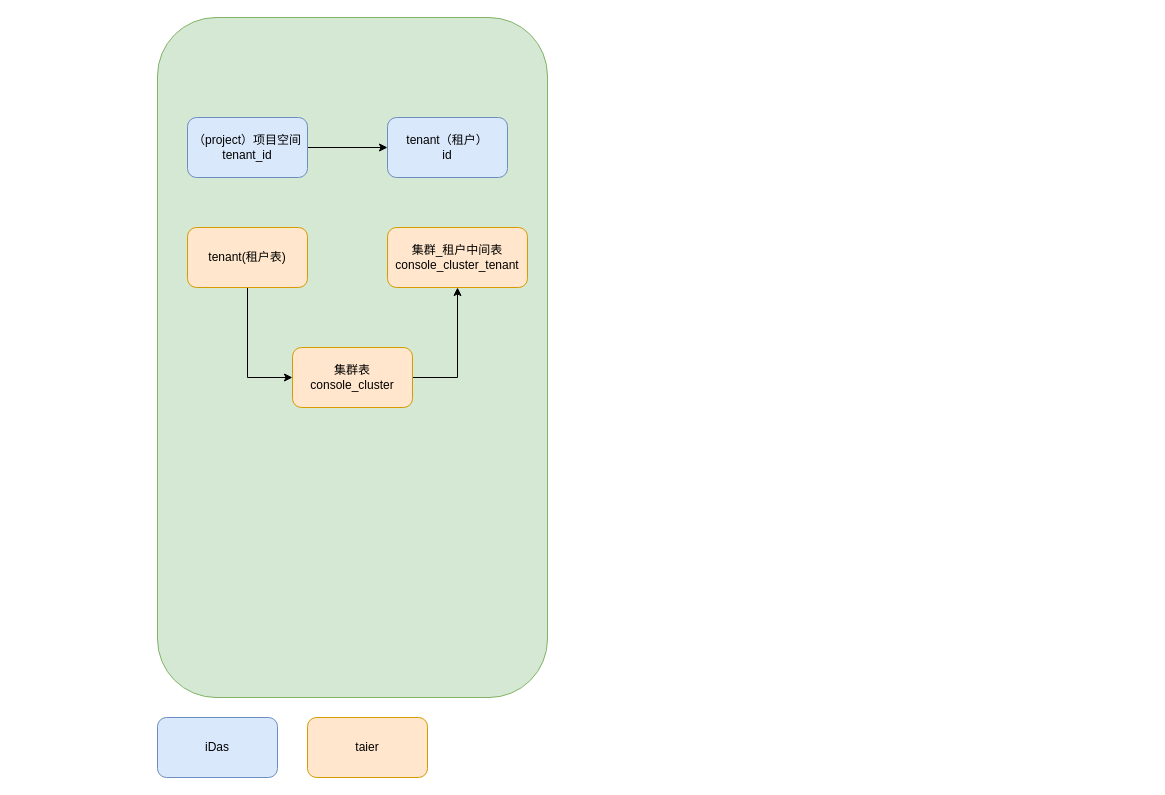
Earlier version of the draw.io diagram 9zdata/iDas/iDas_Taier_DS之间的表映射关系.drawio (kushinae/diagrams). Source tidied: cells renumbered, new cells numbered last; positions are measured from the earlier drawing's top-left corner, leaving out a move shared by most shapes. Both pictures are drawn from the tidied source at 100%, with x=0, y=0 at pixel (157, 17).
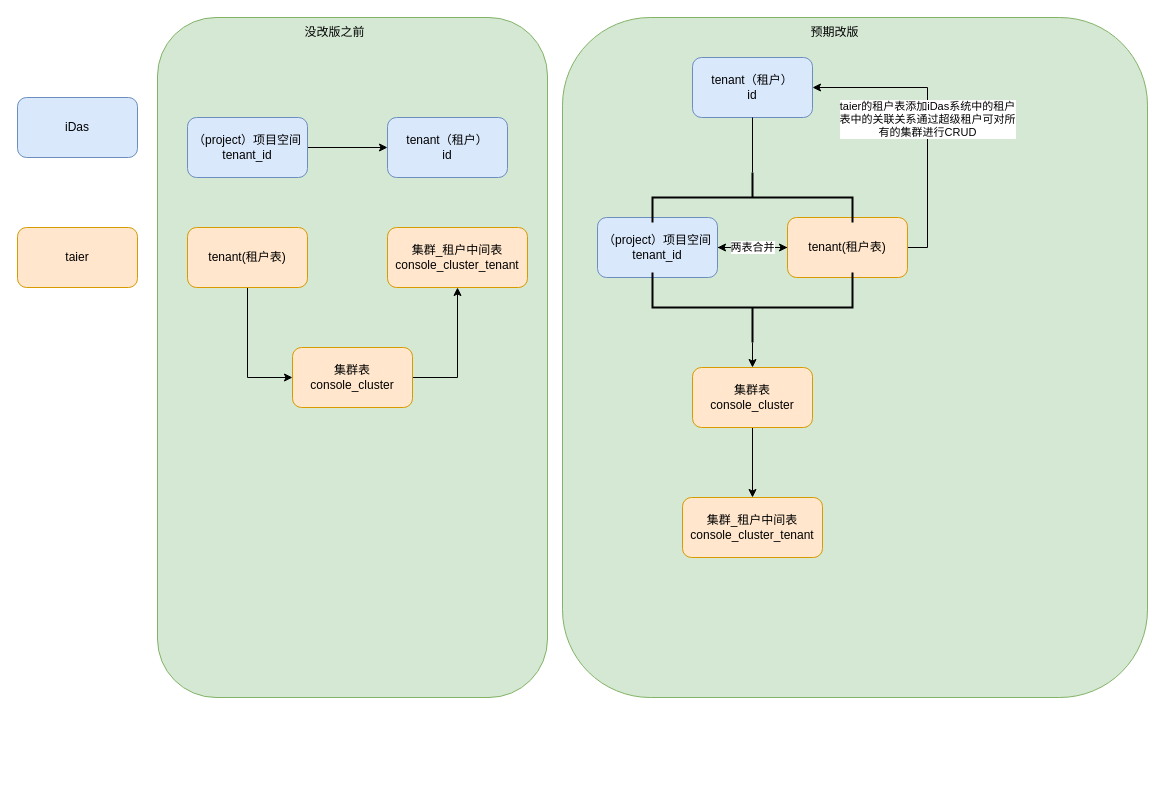
After the change.

Commit message (it also covers changes not shown here):
更新iDas_Taier_DS之间的表映射关系.drawio

What changed in the source:
```diff
@@
+    <mxCell id="13" style="rounded=1;whiteSpace=wrap;html=1;fillColor=#d5e8d4;strokeColor=#82b366;" parent="1" vertex="1">
+      <mxGeometry x="405" width="585" height="680" as="geometry" />
+    </mxCell>
@@
     <mxCell id="3" value="iDas" style="rounded=1;whiteSpace=wrap;html=1;fillColor=#dae8fc;strokeColor=#6c8ebf;" parent="1" vertex="1">
-      <mxGeometry y="700" width="120" height="60" as="geometry" />
+      <mxGeometry x="-140" y="80" width="120" height="60" as="geometry" />
     </mxCell>
@@
     <mxCell id="12" value="taier" style="whiteSpace=wrap;html=1;fillColor=#ffe6cc;strokeColor=#d79b00;rounded=1;" parent="1" vertex="1">
-      <mxGeometry x="150" y="700" width="120" height="60" as="geometry" />
+      <mxGeometry x="-140" y="210" width="120" height="60" as="geometry" />
     </mxCell>
+    <mxCell id="14" style="edgeStyle=orthogonalEdgeStyle;rounded=0;jettySize=auto;html=1;entryX=0;entryY=0.5;entryDx=0;entryDy=0;" parent="1" edge="1" source="15" target="19">
+      <mxGeometry relative="1" as="geometry" />
+    </mxCell>
+    <mxCell id="15" value="（project）项目空间&lt;br&gt;tenant_id" style="rounded=1;whiteSpace=wrap;html=1;fillColor=#dae8fc;strokeColor=#6c8ebf;" parent="1" vertex="1">
+      <mxGeometry x="440" y="200" width="120" height="60" as="geometry" />
+    </mxCell>
+    <mxCell id="16" value="tenant（租户）&lt;br&gt;id" style="whiteSpace=wrap;html=1;fillColor=#dae8fc;strokeColor=#6c8ebf;rounded=1;" parent="1" vertex="1">
+      <mxGeometry x="535" y="40" width="120" height="60" as="geometry" />
+    </mxCell>
+    <mxCell id="17" value="两表合并" style="edgeStyle=orthogonalEdgeStyle;rounded=0;jettySize=auto;html=1;entryX=1;entryY=0.5;entryDx=0;entryDy=0;" parent="1" edge="1" source="19" target="15">
+      <mxGeometry relative="1" as="geometry" />
+    </mxCell>
+    <mxCell id="18" value="taier的租户表添加iDas系统中的租户&lt;br&gt;表中的关联关系通过超级租户可对所&lt;br&gt;有的集群进行CRUD" style="edgeStyle=orthogonalEdgeStyle;rounded=0;jettySize=auto;html=1;entryX=1;entryY=0.5;entryDx=0;entryDy=0;exitX=1;exitY=0.5;exitDx=0;exitDy=0;" parent="1" edge="1" source="19" target="16">
+      <mxGeometry relative="1" as="geometry" />
+    </mxCell>
+    <mxCell id="19" value="tenant(租户表)" style="rounded=1;whiteSpace=wrap;html=1;fillColor=#ffe6cc;strokeColor=#d79b00;" parent="1" vertex="1">
+      <mxGeometry x="630" y="200" width="120" height="60" as="geometry" />
+    </mxCell>
+    <mxCell id="20" value="集群_租户中间表&lt;br&gt;console_cluster_tenant" style="whiteSpace=wrap;html=1;fillColor=#ffe6cc;strokeColor=#d79b00;rounded=1;" parent="1" vertex="1">
+      <mxGeometry x="525" y="480" width="140" height="60" as="geometry" />
+    </mxCell>
+    <mxCell id="21" style="edgeStyle=orthogonalEdgeStyle;rounded=0;jettySize=auto;html=1;entryX=0.5;entryY=0;entryDx=0;entryDy=0;exitX=0.5;exitY=1;exitDx=0;exitDy=0;" parent="1" edge="1" source="22" target="20">
+      <mxGeometry relative="1" as="geometry" />
+    </mxCell>
+    <mxCell id="22" value="集群表&lt;br&gt;console_cluster" style="whiteSpace=wrap;html=1;fillColor=#ffe6cc;strokeColor=#d79b00;rounded=1;" parent="1" vertex="1">
+      <mxGeometry x="535" y="350" width="120" height="60" as="geometry" />
+    </mxCell>
+    <mxCell id="23" style="edgeStyle=orthogonalEdgeStyle;rounded=0;jettySize=auto;html=1;entryX=0.5;entryY=0;entryDx=0;entryDy=0;" parent="1" edge="1" source="24" target="22">
+      <mxGeometry relative="1" as="geometry" />
+    </mxCell>
+    <mxCell id="24" style="strokeWidth=2;html=1;shape=mxgraph.flowchart.annotation_2;align=left;labelPosition=right;rotation=-90;" parent="1" vertex="1">
+      <mxGeometry x="560" y="190" width="70" height="200" as="geometry" />
+    </mxCell>
+    <mxCell id="25" style="strokeWidth=2;html=1;shape=mxgraph.flowchart.annotation_2;align=left;labelPosition=right;rotation=90;" parent="1" vertex="1">
+      <mxGeometry x="570" y="80" width="50" height="200" as="geometry" />
+    </mxCell>
+    <mxCell id="26" style="edgeStyle=orthogonalEdgeStyle;rounded=0;jettySize=auto;html=1;entryX=0;entryY=0.5;entryDx=0;entryDy=0;endArrow=none;entryPerimeter=0;" parent="1" edge="1" source="16" target="25">
+      <mxGeometry relative="1" as="geometry" />
+    </mxCell>
+    <mxCell id="27" value="没改版之前" style="text;html=1;strokeColor=none;fillColor=none;align=center;verticalAlign=middle;whiteSpace=wrap;rounded=0;" parent="1" vertex="1">
+      <mxGeometry x="140" width="75" height="30" as="geometry" />
+    </mxCell>
+    <mxCell id="28" value="预期改版" style="text;html=1;strokeColor=none;fillColor=none;align=center;verticalAlign=middle;whiteSpace=wrap;rounded=0;" parent="1" vertex="1">
+      <mxGeometry x="640" width="75" height="30" as="geometry" />
+    </mxCell>
```
